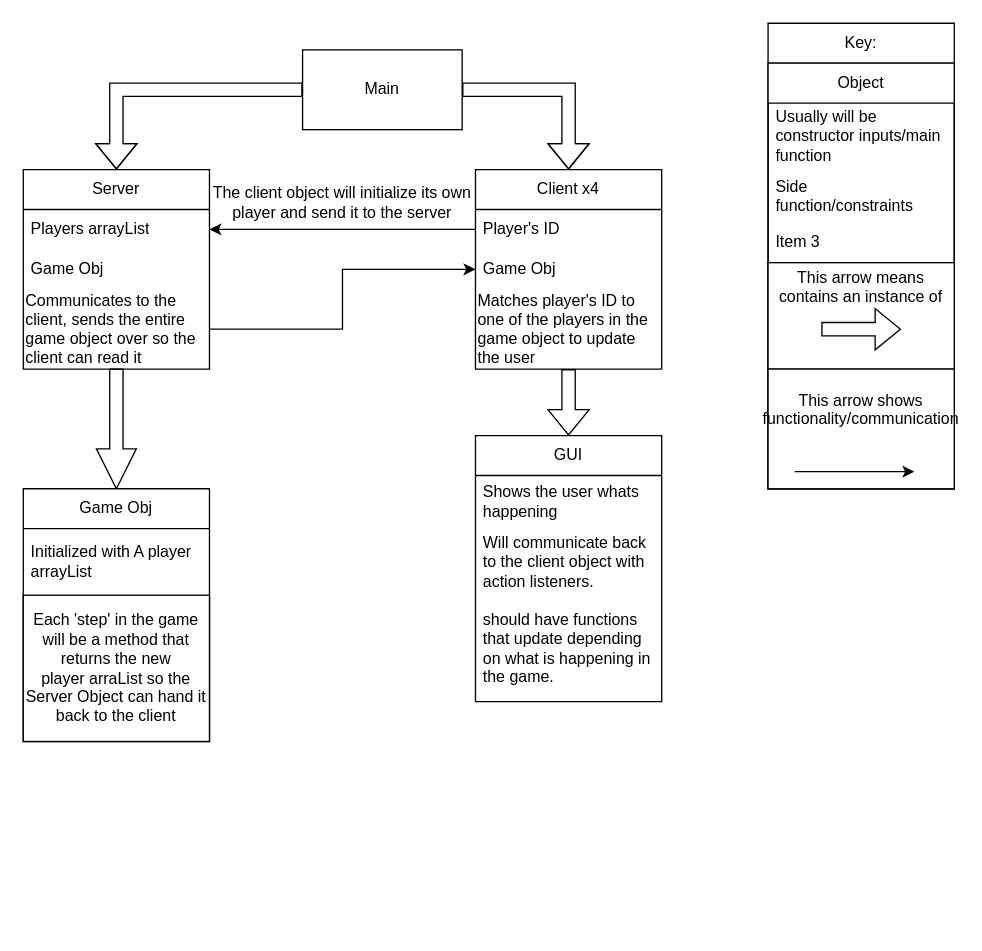
Above: Untitled Diagram.drawio in happyhourxd/EuchreJ (draw.io), before the change. Source tidied: cells renumbered, new cells numbered last; positions are measured from the earlier drawing's top-left corner, leaving out a move shared by most shapes. Both pictures are drawn from the tidied source at 133%, with x=0, y=0 at pixel (23, 23).
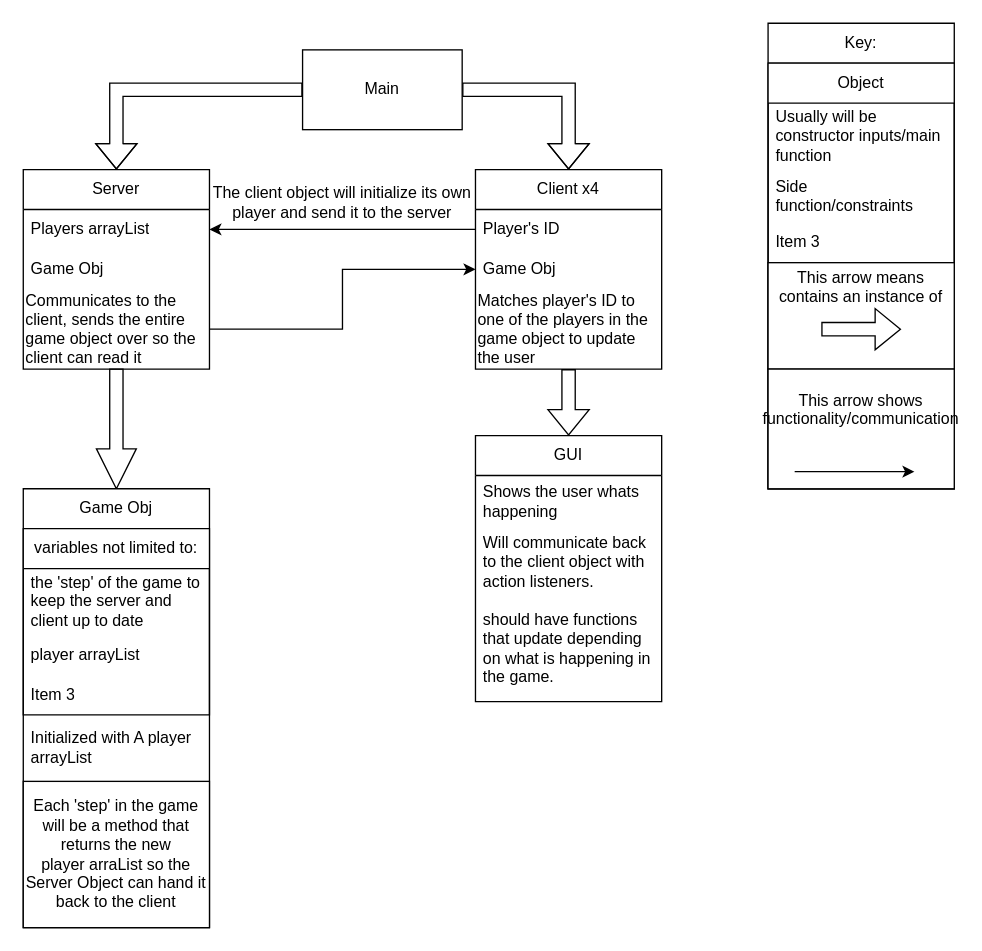
After the change.

Commit message:
added game varibles

Diff of the diagram source:
```diff
@@
     <mxCell id="17" value="Game Obj" style="swimlane;fontStyle=0;horizontal=1;startSize=30;whiteSpace=wrap;html=1;" parent="1" vertex="1">
-      <mxGeometry y="350" width="140" height="190" as="geometry" />
+      <mxGeometry y="350" width="140" height="330" as="geometry" />
     </mxCell>
+    <mxCell id="36" value="variables not limited to:" style="swimlane;fontStyle=0;horizontal=1;startSize=30;whiteSpace=wrap;html=1;" parent="17" vertex="1">
+      <mxGeometry y="30" width="140" height="140" as="geometry" />
+    </mxCell>
+    <mxCell id="37" value="the 'step' of the game to keep the server and client up to date" style="text;strokeColor=none;fillColor=none;align=left;verticalAlign=middle;spacingLeft=4;spacingRight=4;overflow=hidden;whiteSpace=wrap;html=1;" parent="36" vertex="1">
+      <mxGeometry y="30" width="140" height="50" as="geometry" />
+    </mxCell>
+    <mxCell id="38" value="player arrayList" style="text;strokeColor=none;fillColor=none;align=left;verticalAlign=middle;spacingLeft=4;spacingRight=4;overflow=hidden;whiteSpace=wrap;html=1;" parent="36" vertex="1">
+      <mxGeometry y="80" width="140" height="30" as="geometry" />
+    </mxCell>
+    <mxCell id="39" value="Item 3" style="text;strokeColor=none;fillColor=none;align=left;verticalAlign=middle;spacingLeft=4;spacingRight=4;overflow=hidden;whiteSpace=wrap;html=1;" parent="36" vertex="1">
+      <mxGeometry y="110" width="140" height="30" as="geometry" />
+    </mxCell>
     <mxCell id="18" value="Initialized with A player arrayList" style="text;strokeColor=none;fillColor=none;align=left;verticalAlign=middle;spacingLeft=4;spacingRight=4;overflow=hidden;whiteSpace=wrap;html=1;" parent="17" vertex="1">
-      <mxGeometry y="30" width="140" height="50" as="geometry" />
+      <mxGeometry y="170" width="140" height="50" as="geometry" />
     </mxCell>
     <mxCell id="19" value="Each 'step' in the game will be a method that returns the new &lt;br&gt;player arraList so the Server Object can hand it back to the client" style="rounded=0;whiteSpace=wrap;html=1;" parent="17" vertex="1">
-      <mxGeometry y="80" width="140" height="110" as="geometry" />
+      <mxGeometry y="220" width="140" height="110" as="geometry" />
     </mxCell>
```
